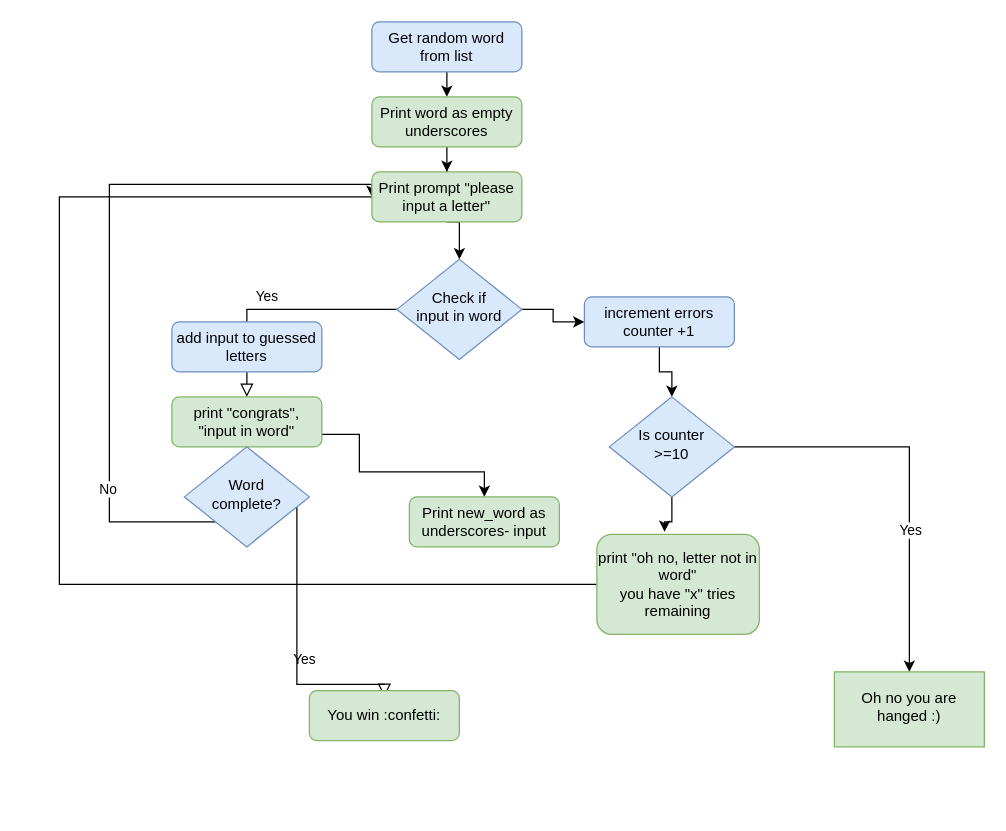
This is Hangman.drawio from louis-md/hangman, a draw.io file, before an edit. Source tidied: cells renumbered, new cells numbered last; positions are measured from the earlier drawing's top-left corner, leaving out a move shared by most shapes. Both pictures are drawn from the tidied source at 125%, with x=0, y=0 at pixel (59, 21).
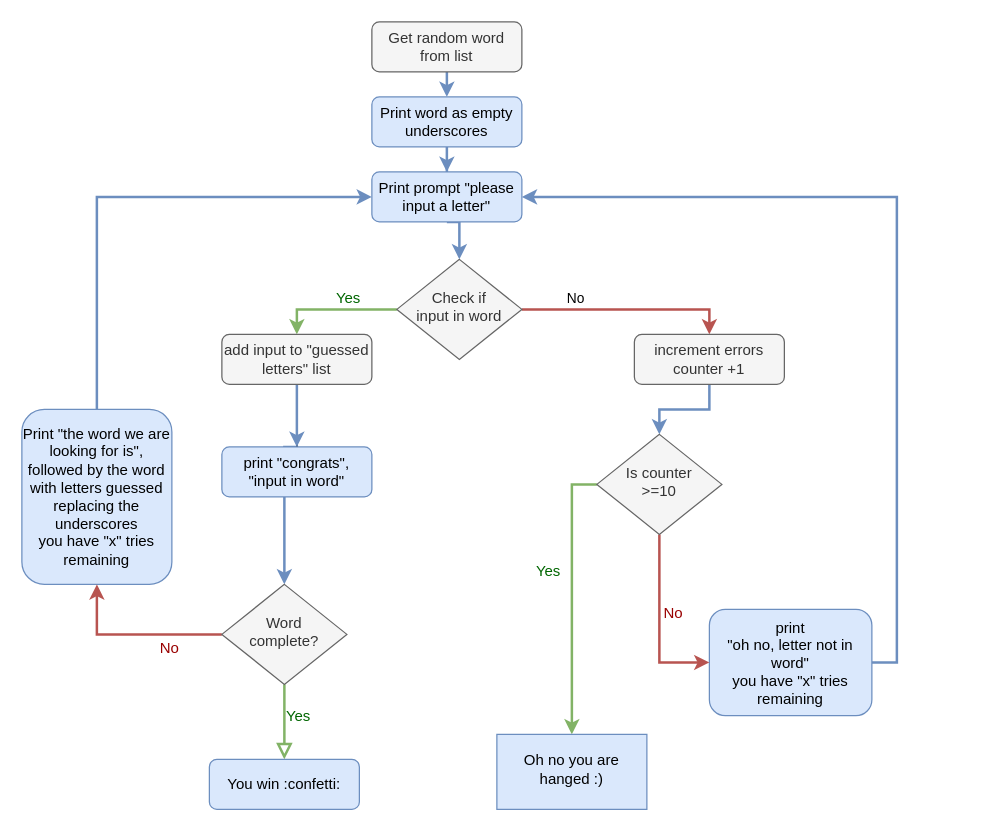
The same diagram, later.

What changed in the source:
```diff
@@
-    <mxCell id="2" style="edgeStyle=orthogonalEdgeStyle;rounded=0;jettySize=auto;html=1;exitX=0.5;exitY=1;exitDx=0;exitDy=0;entryX=0.5;entryY=0;entryDx=0;entryDy=0;" parent="1" edge="1" source="3" target="17">
+    <mxCell id="2" style="edgeStyle=orthogonalEdgeStyle;rounded=0;jettySize=auto;html=1;exitX=0.5;exitY=1;exitDx=0;exitDy=0;entryX=0.5;entryY=0;entryDx=0;entryDy=0;fillColor=#dae8fc;strokeColor=#6c8ebf;strokeWidth=2;" parent="1" edge="1" source="3" target="17">
       <mxGeometry relative="1" as="geometry" />
     </mxCell>
-    <mxCell id="3" value="Get random word from list" style="rounded=1;whiteSpace=wrap;html=1;fontSize=12;glass=0;strokeWidth=1;shadow=0;fillColor=#dae8fc;strokeColor=#6c8ebf;" parent="1" vertex="1">
+    <mxCell id="3" value="Get random word from list" style="rounded=1;whiteSpace=wrap;html=1;fontSize=12;glass=0;strokeWidth=1;shadow=0;fillColor=#f5f5f5;strokeColor=#666666;fontColor=#333333;" parent="1" vertex="1">
       <mxGeometry x="250" width="120" height="40" as="geometry" />
     </mxCell>
-    <mxCell id="4" value="Yes" style="rounded=0;html=1;jettySize=auto;fontSize=11;endArrow=block;endFill=0;endSize=8;strokeWidth=1;shadow=0;labelBackgroundColor=none;edgeStyle=orthogonalEdgeStyle;entryX=0.5;entryY=0;entryDx=0;entryDy=0;" parent="1" edge="1" source="6" target="9">
-      <mxGeometry x="0.09" y="-10" relative="1" as="geometry" />
-    </mxCell>
-    <mxCell id="5" style="edgeStyle=orthogonalEdgeStyle;rounded=0;jettySize=auto;html=1;" parent="1" edge="1" source="6" target="22">
-      <mxGeometry relative="1" as="geometry" />
+    <mxCell id="5" style="edgeStyle=orthogonalEdgeStyle;rounded=0;jettySize=auto;html=1;strokeWidth=2;fillColor=#f8cecc;strokeColor=#b85450;" parent="1" edge="1" source="6" target="22">
+      <mxGeometry relative="1" as="geometry">
+        <Array as="points">
+          <mxPoint x="520" y="230" />
+        </Array>
+      </mxGeometry>
     </mxCell>
+    <mxCell id="12" value="No" style="edgeLabel;html=1;align=center;verticalAlign=middle;" parent="5" vertex="1">
+      <mxGeometry x="-0.51" relative="1" as="geometry">
+        <mxPoint y="-10" as="offset" />
+      </mxGeometry>
+    </mxCell>
+    <mxCell id="30" style="edgeStyle=orthogonalEdgeStyle;rounded=0;jettySize=auto;html=1;exitX=0;exitY=0.5;exitDx=0;exitDy=0;entryX=0.5;entryY=0;entryDx=0;entryDy=0;fillColor=#d5e8d4;strokeWidth=2;strokeColor=#82b366;" parent="1" edge="1" source="6" target="29">
+      <mxGeometry relative="1" as="geometry" />
+    </mxCell>
+    <mxCell id="31" value="Yes" style="edgeLabel;html=1;align=center;verticalAlign=middle;fontSize=12;fontColor=#006600;" parent="30" vertex="1">
+      <mxGeometry x="-0.2" relative="1" as="geometry">
+        <mxPoint y="-10" as="offset" />
+      </mxGeometry>
+    </mxCell>
-    <mxCell id="6" value="&lt;div&gt;Check if &lt;br&gt;&lt;/div&gt;&lt;div&gt;input in word&lt;/div&gt;" style="rhombus;whiteSpace=wrap;html=1;shadow=0;fontFamily=Helvetica;fontSize=12;align=center;strokeWidth=1;spacing=6;spacingTop=-4;fillColor=#dae8fc;strokeColor=#6c8ebf;" parent="1" vertex="1">
+    <mxCell id="6" value="&lt;div&gt;Check if &lt;br&gt;&lt;/div&gt;&lt;div&gt;input in word&lt;/div&gt;" style="rhombus;whiteSpace=wrap;html=1;shadow=0;fontFamily=Helvetica;fontSize=12;align=center;strokeWidth=1;spacing=6;spacingTop=-4;fillColor=#f5f5f5;strokeColor=#666666;fontColor=#333333;" parent="1" vertex="1">
       <mxGeometry x="270" y="190" width="100" height="80" as="geometry" />
     </mxCell>
-    <mxCell id="7" style="edgeStyle=orthogonalEdgeStyle;rounded=0;jettySize=auto;html=1;entryX=0.5;entryY=0;entryDx=0;entryDy=0;exitX=1;exitY=0.5;exitDx=0;exitDy=0;" parent="1" edge="1" source="9" target="20">
-      <mxGeometry relative="1" as="geometry">
-        <Array as="points">
-          <mxPoint x="200" y="320" />
-          <mxPoint x="200" y="330" />
-          <mxPoint x="240" y="330" />
-          <mxPoint x="240" y="360" />
-          <mxPoint x="340" y="360" />
-        </Array>
-      </mxGeometry>
-    </mxCell>
-    <mxCell id="8" style="edgeStyle=orthogonalEdgeStyle;rounded=0;jettySize=auto;html=1;exitX=0.5;exitY=1;exitDx=0;exitDy=0;" parent="1" edge="1" source="9" target="13">
-      <mxGeometry relative="1" as="geometry" />
+    <mxCell id="8" style="edgeStyle=orthogonalEdgeStyle;rounded=0;jettySize=auto;html=1;exitX=0.5;exitY=1;exitDx=0;exitDy=0;strokeWidth=2;fillColor=#dae8fc;strokeColor=#6c8ebf;" parent="1" edge="1" source="9" target="13">
+      <mxGeometry relative="1" as="geometry">
+        <Array as="points">
+          <mxPoint x="180" y="340" />
+        </Array>
+      </mxGeometry>
     </mxCell>
+    <mxCell id="32" style="edgeStyle=orthogonalEdgeStyle;rounded=0;jettySize=auto;html=1;" parent="1" edge="1" source="9">
+      <mxGeometry relative="1" as="geometry">
+        <mxPoint x="190" y="260" as="targetPoint" />
+      </mxGeometry>
+    </mxCell>
-    <mxCell id="9" value="print &quot;congrats&quot;, &quot;input in word&quot;" style="rounded=1;whiteSpace=wrap;html=1;fontSize=12;glass=0;strokeWidth=1;shadow=0;fillColor=#d5e8d4;strokeColor=#82b366;" parent="1" vertex="1">
-      <mxGeometry x="90" y="300" width="120" height="40" as="geometry" />
+    <mxCell id="9" value="print &quot;congrats&quot;, &quot;input in word&quot;" style="rounded=1;whiteSpace=wrap;html=1;fontSize=12;glass=0;strokeWidth=1;shadow=0;fillColor=#dae8fc;strokeColor=#6c8ebf;" parent="1" vertex="1">
+      <mxGeometry x="130" y="340" width="120" height="40" as="geometry" />
     </mxCell>
-    <mxCell id="10" value="Yes" style="rounded=0;html=1;jettySize=auto;fontSize=11;endArrow=block;endFill=0;endSize=8;strokeWidth=1;shadow=0;labelBackgroundColor=none;edgeStyle=orthogonalEdgeStyle;" parent="1" edge="1" source="13">
-      <mxGeometry x="0.33" y="20" relative="1" as="geometry">
-        <mxPoint x="260" y="540" as="targetPoint" />
-        <Array as="points">
-          <mxPoint x="190" y="530" />
-        </Array>
-      </mxGeometry>
+    <mxCell id="10" style="rounded=0;html=1;jettySize=auto;fontSize=11;endArrow=block;endFill=0;endSize=8;strokeWidth=2;shadow=0;labelBackgroundColor=none;edgeStyle=orthogonalEdgeStyle;entryX=0.5;entryY=0;entryDx=0;entryDy=0;exitX=0.5;exitY=1;exitDx=0;exitDy=0;fillColor=#d5e8d4;strokeColor=#82b366;" parent="1" edge="1" source="13" target="28">
+      <mxGeometry x="-0.08" y="10" relative="1" as="geometry" />
     </mxCell>
-    <mxCell id="11" style="edgeStyle=orthogonalEdgeStyle;rounded=0;jettySize=auto;html=1;entryX=0;entryY=0.5;entryDx=0;entryDy=0;" parent="1" edge="1" source="13" target="19">
-      <mxGeometry relative="1" as="geometry">
-        <Array as="points">
-          <mxPoint x="40" y="400" />
-          <mxPoint x="40" y="130" />
-        </Array>
-      </mxGeometry>
-    </mxCell>
-    <mxCell id="12" value="No" style="edgeLabel;html=1;align=center;verticalAlign=middle;" parent="11" vertex="1">
-      <mxGeometry x="-0.61" y="2" relative="1" as="geometry" />
-    </mxCell>
-    <mxCell id="13" value="&lt;div&gt;Word &lt;br&gt;&lt;/div&gt;&lt;div&gt;complete?&lt;/div&gt;" style="rhombus;whiteSpace=wrap;html=1;shadow=0;fontFamily=Helvetica;fontSize=12;align=center;strokeWidth=1;spacing=6;spacingTop=-4;fillColor=#dae8fc;strokeColor=#6c8ebf;" parent="1" vertex="1">
-      <mxGeometry x="100" y="340" width="100" height="80" as="geometry" />
-    </mxCell>
+    <mxCell id="33" value="Yes" style="edgeLabel;html=1;align=center;verticalAlign=middle;fontSize=12;fontColor=#006600;" parent="10" vertex="1">
+      <mxGeometry x="-0.13" y="3" relative="1" as="geometry">
+        <mxPoint x="7" y="-1" as="offset" />
+      </mxGeometry>
+    </mxCell>
-    <mxCell id="14" style="edgeStyle=orthogonalEdgeStyle;rounded=0;jettySize=auto;html=1;entryX=0;entryY=0.5;entryDx=0;entryDy=0;" parent="1" edge="1" source="15" target="19">
-      <mxGeometry relative="1" as="geometry">
-        <Array as="points">
-          <mxPoint y="450" />
-          <mxPoint y="140" />
-          <mxPoint x="260" y="140" />
-        </Array>
-      </mxGeometry>
+    <mxCell id="14" style="edgeStyle=orthogonalEdgeStyle;rounded=0;jettySize=auto;html=1;exitX=1;exitY=0.5;exitDx=0;exitDy=0;entryX=1;entryY=0.5;entryDx=0;entryDy=0;strokeWidth=2;fillColor=#dae8fc;strokeColor=#6c8ebf;" parent="1" edge="1" source="15" target="19">
+      <mxGeometry relative="1" as="geometry" />
     </mxCell>
-    <mxCell id="15" value="&lt;div&gt;print &quot;oh no, letter not in word&quot; &lt;br&gt;&lt;/div&gt;&lt;div&gt;you have &quot;x&quot; tries remaining&lt;br&gt;&lt;/div&gt;" style="rounded=1;whiteSpace=wrap;html=1;fontSize=12;glass=0;strokeWidth=1;shadow=0;fillColor=#d5e8d4;strokeColor=#82b366;" parent="1" vertex="1">
-      <mxGeometry x="430" y="410" width="130" height="80" as="geometry" />
+    <mxCell id="15" value="&lt;div&gt;print &lt;br&gt;&lt;/div&gt;&lt;div&gt;&quot;oh no, letter not in word&quot; &lt;br&gt;&lt;/div&gt;&lt;div&gt;you have &quot;x&quot; tries remaining&lt;br&gt;&lt;/div&gt;" style="rounded=1;whiteSpace=wrap;html=1;fontSize=12;glass=0;strokeWidth=1;shadow=0;fillColor=#dae8fc;strokeColor=#6c8ebf;" parent="1" vertex="1">
+      <mxGeometry x="520" y="470" width="130" height="85" as="geometry" />
     </mxCell>
-    <mxCell id="16" style="edgeStyle=orthogonalEdgeStyle;rounded=0;jettySize=auto;html=1;entryX=0.5;entryY=0;entryDx=0;entryDy=0;" parent="1" edge="1" source="17" target="19">
+    <mxCell id="16" style="edgeStyle=orthogonalEdgeStyle;rounded=0;jettySize=auto;html=1;entryX=0.5;entryY=0;entryDx=0;entryDy=0;strokeWidth=2;fillColor=#dae8fc;strokeColor=#6c8ebf;" parent="1" edge="1" source="17" target="19">
       <mxGeometry relative="1" as="geometry" />
     </mxCell>
-    <mxCell id="17" value="Print word as empty underscores " style="rounded=1;whiteSpace=wrap;html=1;fontSize=12;glass=0;strokeWidth=1;shadow=0;fillColor=#d5e8d4;strokeColor=#82b366;" parent="1" vertex="1">
+    <mxCell id="17" value="Print word as empty underscores " style="rounded=1;whiteSpace=wrap;html=1;fontSize=12;glass=0;strokeWidth=1;shadow=0;fillColor=#dae8fc;strokeColor=#6c8ebf;" parent="1" vertex="1">
       <mxGeometry x="250" y="60" width="120" height="40" as="geometry" />
     </mxCell>
-    <mxCell id="18" style="edgeStyle=orthogonalEdgeStyle;rounded=0;jettySize=auto;html=1;exitX=0.5;exitY=1;exitDx=0;exitDy=0;entryX=0.5;entryY=0;entryDx=0;entryDy=0;" parent="1" edge="1" source="19" target="6">
+    <mxCell id="18" style="edgeStyle=orthogonalEdgeStyle;rounded=0;jettySize=auto;html=1;exitX=0.5;exitY=1;exitDx=0;exitDy=0;entryX=0.5;entryY=0;entryDx=0;entryDy=0;fillColor=#dae8fc;strokeColor=#6c8ebf;strokeWidth=2;" parent="1" edge="1" source="19" target="6">
       <mxGeometry relative="1" as="geometry" />
     </mxCell>
-    <mxCell id="19" value="Print prompt &quot;please input a letter&quot;" style="rounded=1;whiteSpace=wrap;html=1;fontSize=12;glass=0;strokeWidth=1;shadow=0;fillColor=#d5e8d4;strokeColor=#82b366;" parent="1" vertex="1">
+    <mxCell id="19" value="Print prompt &quot;please input a letter&quot;" style="rounded=1;whiteSpace=wrap;html=1;fontSize=12;glass=0;strokeWidth=1;shadow=0;fillColor=#dae8fc;strokeColor=#6c8ebf;" parent="1" vertex="1">
       <mxGeometry x="250" y="120" width="120" height="40" as="geometry" />
     </mxCell>
+    <mxCell id="34" style="edgeStyle=orthogonalEdgeStyle;rounded=0;jettySize=auto;html=1;exitX=0.5;exitY=0;exitDx=0;exitDy=0;entryX=0;entryY=0.5;entryDx=0;entryDy=0;strokeWidth=2;fillColor=#dae8fc;strokeColor=#6c8ebf;" parent="1" edge="1" source="20" target="19">
+      <mxGeometry relative="1" as="geometry" />
+    </mxCell>
-    <mxCell id="20" value="Print new_word as underscores- input" style="rounded=1;whiteSpace=wrap;html=1;fontSize=12;glass=0;strokeWidth=1;shadow=0;fillColor=#d5e8d4;strokeColor=#82b366;" parent="1" vertex="1">
-      <mxGeometry x="280" y="380" width="120" height="40" as="geometry" />
+    <mxCell id="20" value="&lt;div&gt;Print &quot;the word we are looking for is&quot;, followed by the word with letters guessed replacing the underscores&lt;br&gt;&lt;/div&gt;&lt;div&gt;you have &quot;x&quot; tries remaining&lt;/div&gt;" style="rounded=1;whiteSpace=wrap;html=1;fontSize=12;glass=0;strokeWidth=1;shadow=0;fillColor=#dae8fc;strokeColor=#6c8ebf;" parent="1" vertex="1">
+      <mxGeometry x="-30" y="310" width="120" height="140" as="geometry" />
     </mxCell>
-    <mxCell id="21" style="edgeStyle=orthogonalEdgeStyle;rounded=0;jettySize=auto;html=1;" parent="1" edge="1" source="22" target="26">
+    <mxCell id="21" style="edgeStyle=orthogonalEdgeStyle;rounded=0;jettySize=auto;html=1;strokeWidth=2;strokeColor=#6C8EBF;" parent="1" edge="1" source="22" target="26">
       <mxGeometry relative="1" as="geometry" />
     </mxCell>
-    <mxCell id="22" value="increment errors counter +1" style="rounded=1;whiteSpace=wrap;html=1;fontSize=12;glass=0;strokeWidth=1;shadow=0;fillColor=#dae8fc;strokeColor=#6c8ebf;" parent="1" vertex="1">
-      <mxGeometry x="420" y="220" width="120" height="40" as="geometry" />
+    <mxCell id="22" value="increment errors counter +1" style="rounded=1;whiteSpace=wrap;html=1;fontSize=12;glass=0;strokeWidth=1;shadow=0;fillColor=#f5f5f5;strokeColor=#666666;fontColor=#333333;" parent="1" vertex="1">
+      <mxGeometry x="460" y="250" width="120" height="40" as="geometry" />
     </mxCell>
+    <mxCell id="25" style="edgeStyle=orthogonalEdgeStyle;rounded=0;jettySize=auto;html=1;exitX=0.5;exitY=1;exitDx=0;exitDy=0;strokeWidth=2;fillColor=#f8cecc;strokeColor=#b85450;" parent="1" edge="1" source="26" target="15">
+      <mxGeometry relative="1" as="geometry">
+        <Array as="points">
+          <mxPoint x="480" y="450" />
+          <mxPoint x="480" y="450" />
+        </Array>
+      </mxGeometry>
+    </mxCell>
+    <mxCell id="35" value="No" style="edgeLabel;html=1;align=center;verticalAlign=middle;fontSize=12;fontColor=#990000;" parent="25" vertex="1">
+      <mxGeometry x="-0.16" y="2" relative="1" as="geometry">
+        <mxPoint x="8" y="2" as="offset" />
+      </mxGeometry>
+    </mxCell>
-    <mxCell id="23" style="edgeStyle=orthogonalEdgeStyle;rounded=0;jettySize=auto;html=1;" parent="1" edge="1" source="26" target="27">
+    <mxCell id="23" style="edgeStyle=orthogonalEdgeStyle;rounded=0;jettySize=auto;html=1;exitX=0;exitY=0.5;exitDx=0;exitDy=0;entryX=0.5;entryY=0;entryDx=0;entryDy=0;strokeWidth=2;fillColor=#d5e8d4;strokeColor=#82b366;" parent="1" edge="1" source="26" target="27">
       <mxGeometry relative="1" as="geometry" />
     </mxCell>
-    <mxCell id="24" value="Yes" style="edgeLabel;html=1;align=center;verticalAlign=middle;" parent="23" vertex="1">
-      <mxGeometry x="0.29" relative="1" as="geometry" />
-    </mxCell>
-    <mxCell id="25" style="edgeStyle=orthogonalEdgeStyle;rounded=0;jettySize=auto;html=1;entryX=0.417;entryY=-0.025;entryDx=0;entryDy=0;entryPerimeter=0;" parent="1" edge="1" source="26" target="15">
-      <mxGeometry relative="1" as="geometry" />
-    </mxCell>
+    <mxCell id="36" value="Yes" style="edgeLabel;html=1;align=center;verticalAlign=middle;fontColor=#006600;fontSize=12;" parent="23" vertex="1">
+      <mxGeometry x="-0.19" y="2" relative="1" as="geometry">
+        <mxPoint x="-22" as="offset" />
+      </mxGeometry>
+    </mxCell>
-    <mxCell id="26" value="Is counter &lt;br&gt;&amp;gt;=10" style="rhombus;whiteSpace=wrap;html=1;shadow=0;fontFamily=Helvetica;fontSize=12;align=center;strokeWidth=1;spacing=6;spacingTop=-4;fillColor=#dae8fc;strokeColor=#6c8ebf;" parent="1" vertex="1">
-      <mxGeometry x="440" y="300" width="100" height="80" as="geometry" />
+    <mxCell id="26" value="Is counter &lt;br&gt;&amp;gt;=10" style="rhombus;whiteSpace=wrap;html=1;shadow=0;fontFamily=Helvetica;fontSize=12;align=center;strokeWidth=1;spacing=6;spacingTop=-4;fillColor=#f5f5f5;strokeColor=#666666;fontColor=#333333;" parent="1" vertex="1">
+      <mxGeometry x="430" y="330" width="100" height="80" as="geometry" />
     </mxCell>
-    <mxCell id="27" value="Oh no you are hanged :)" style="whiteSpace=wrap;html=1;shadow=0;strokeWidth=1;spacing=6;spacingTop=-4;fillColor=#d5e8d4;strokeColor=#82b366;" parent="1" vertex="1">
-      <mxGeometry x="620" y="520" width="120" height="60" as="geometry" />
+    <mxCell id="27" value="Oh no you are hanged :)" style="whiteSpace=wrap;html=1;shadow=0;strokeWidth=1;spacing=6;spacingTop=-4;fillColor=#dae8fc;strokeColor=#6c8ebf;" parent="1" vertex="1">
+      <mxGeometry x="350" y="570" width="120" height="60" as="geometry" />
     </mxCell>
-    <mxCell id="28" value="You win :confetti:" style="rounded=1;whiteSpace=wrap;html=1;fontSize=12;glass=0;strokeWidth=1;shadow=0;fillColor=#d5e8d4;strokeColor=#82b366;" parent="1" vertex="1">
-      <mxGeometry x="200" y="535" width="120" height="40" as="geometry" />
+    <mxCell id="28" value="You win :confetti:" style="rounded=1;whiteSpace=wrap;html=1;fontSize=12;glass=0;strokeWidth=1;shadow=0;fillColor=#dae8fc;strokeColor=#6c8ebf;" parent="1" vertex="1">
+      <mxGeometry x="120" y="590" width="120" height="40" as="geometry" />
     </mxCell>
+    <mxCell id="37" style="edgeStyle=orthogonalEdgeStyle;rounded=0;jettySize=auto;html=1;exitX=0.5;exitY=1;exitDx=0;exitDy=0;entryX=0.5;entryY=0;entryDx=0;entryDy=0;strokeWidth=2;strokeColor=#6C8EBF;" parent="1" edge="1" source="29" target="9">
+      <mxGeometry relative="1" as="geometry" />
+    </mxCell>
-    <mxCell id="29" value="add input to guessed letters" style="rounded=1;whiteSpace=wrap;html=1;fontSize=12;glass=0;strokeWidth=1;shadow=0;fillColor=#dae8fc;strokeColor=#6c8ebf;" parent="1" vertex="1">
-      <mxGeometry x="90" y="240" width="120" height="40" as="geometry" />
+    <mxCell id="29" value="add input to &quot;guessed letters&quot; list" style="rounded=1;whiteSpace=wrap;html=1;fontSize=12;glass=0;strokeWidth=1;shadow=0;fillColor=#f5f5f5;strokeColor=#666666;fontColor=#333333;" parent="1" vertex="1">
+      <mxGeometry x="130" y="250" width="120" height="40" as="geometry" />
     </mxCell>
+    <mxCell id="38" style="edgeStyle=orthogonalEdgeStyle;rounded=0;jettySize=auto;html=1;exitX=0;exitY=0.5;exitDx=0;exitDy=0;entryX=0.5;entryY=1;entryDx=0;entryDy=0;strokeWidth=2;fillColor=#f8cecc;strokeColor=#b85450;" parent="1" edge="1" source="13" target="20">
+      <mxGeometry relative="1" as="geometry" />
+    </mxCell>
+    <mxCell id="39" value="No" style="edgeLabel;html=1;align=center;verticalAlign=middle;fontColor=#990000;fontSize=12;" parent="38" vertex="1">
+      <mxGeometry x="-0.39" y="-1" relative="1" as="geometry">
+        <mxPoint y="11" as="offset" />
+      </mxGeometry>
+    </mxCell>
+    <mxCell id="13" value="&lt;div&gt;Word &lt;br&gt;&lt;/div&gt;&lt;div&gt;complete?&lt;/div&gt;" style="rhombus;whiteSpace=wrap;html=1;shadow=0;fontFamily=Helvetica;fontSize=12;align=center;strokeWidth=1;spacing=6;spacingTop=-4;fillColor=#f5f5f5;strokeColor=#666666;fontColor=#333333;" parent="1" vertex="1">
+      <mxGeometry x="130" y="450" width="100" height="80" as="geometry" />
+    </mxCell>
```
